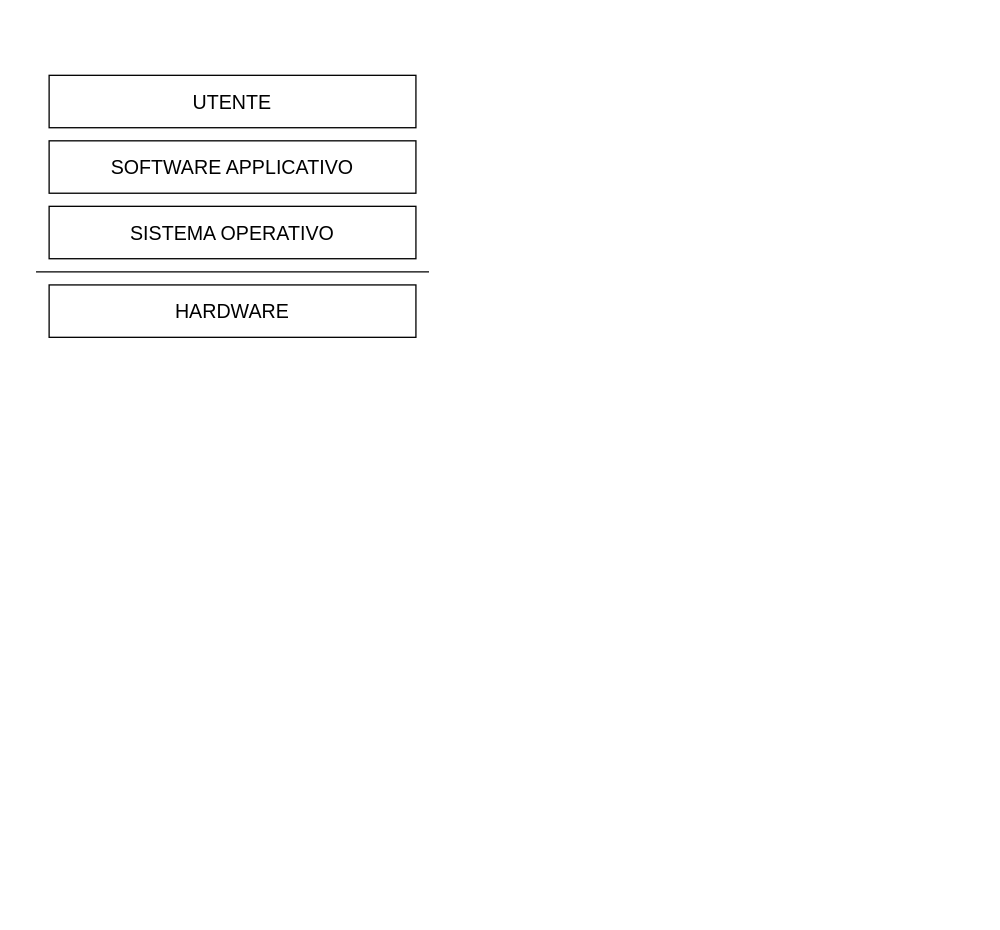
The draw.io diagram Untitled Diagram.drawio in tcaru/diagrams, before the edit. Source tidied: cells renumbered, new cells numbered last; positions are measured from the earlier drawing's top-left corner, leaving out a move shared by most shapes. Both pictures are drawn from the tidied source at 131%, with x=0, y=0 at pixel (35, 75).
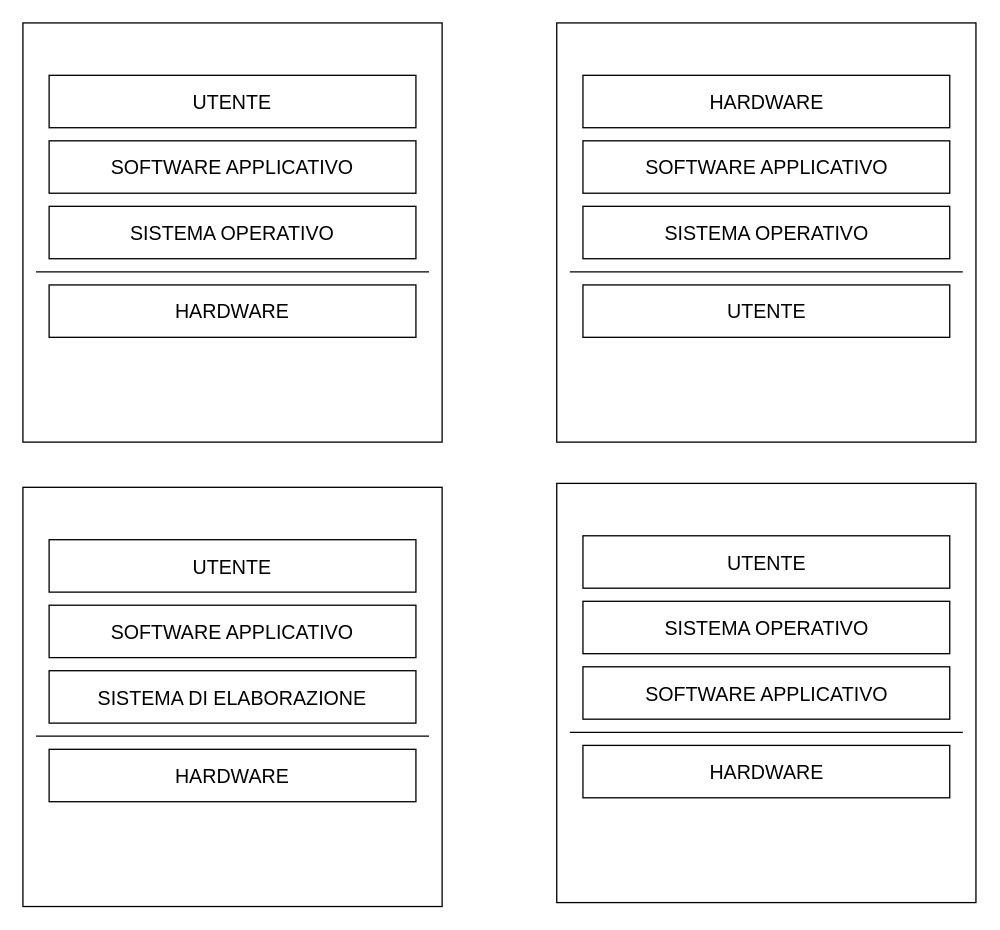
Above is the later version.

The edit, as a diff of the source:
```diff
@@
+    <mxCell id="7" style="whiteSpace=wrap;html=1;fontSize=15;" parent="1" vertex="1">
+      <mxGeometry x="-10" y="-40" width="320" height="320" as="geometry" />
+    </mxCell>
@@
+    <mxCell id="8" style="whiteSpace=wrap;html=1;fontSize=15;" parent="1" vertex="1">
+      <mxGeometry x="397.5" y="-40" width="320" height="320" as="geometry" />
+    </mxCell>
+    <mxCell id="9" value="HARDWARE" style="rounded=0;whiteSpace=wrap;html=1;fontSize=15;" parent="1" vertex="1">
+      <mxGeometry x="417.5" width="280" height="40" as="geometry" />
+    </mxCell>
+    <mxCell id="10" value="SOFTWARE APPLICATIVO" style="rounded=0;whiteSpace=wrap;html=1;fontSize=15;" parent="1" vertex="1">
+      <mxGeometry x="417.5" y="50" width="280" height="40" as="geometry" />
+    </mxCell>
+    <mxCell id="11" value="SISTEMA OPERATIVO" style="rounded=0;whiteSpace=wrap;html=1;fontSize=15;" parent="1" vertex="1">
+      <mxGeometry x="417.5" y="100" width="280" height="40" as="geometry" />
+    </mxCell>
+    <mxCell id="12" value="UTENTE" style="rounded=0;whiteSpace=wrap;html=1;fontSize=15;" parent="1" vertex="1">
+      <mxGeometry x="417.5" y="160" width="280" height="40" as="geometry" />
+    </mxCell>
+    <mxCell id="13" style="endArrow=none;html=1;rounded=0;fontSize=15;" parent="1" edge="1">
+      <mxGeometry relative="1" as="geometry">
+        <mxPoint x="407.5" y="150" as="sourcePoint" />
+        <mxPoint x="707.5" y="150" as="targetPoint" />
+      </mxGeometry>
+    </mxCell>
+    <mxCell id="14" style="whiteSpace=wrap;html=1;fontSize=15;" parent="1" vertex="1">
+      <mxGeometry x="-10" y="314.5" width="320" height="320" as="geometry" />
+    </mxCell>
+    <mxCell id="15" value="UTENTE" style="rounded=0;whiteSpace=wrap;html=1;fontSize=15;" parent="1" vertex="1">
+      <mxGeometry x="10" y="354.5" width="280" height="40" as="geometry" />
+    </mxCell>
+    <mxCell id="16" value="SOFTWARE APPLICATIVO" style="rounded=0;whiteSpace=wrap;html=1;fontSize=15;" parent="1" vertex="1">
+      <mxGeometry x="10" y="404.5" width="280" height="40" as="geometry" />
+    </mxCell>
+    <mxCell id="17" value="SISTEMA DI ELABORAZIONE" style="rounded=0;whiteSpace=wrap;html=1;fontSize=15;" parent="1" vertex="1">
+      <mxGeometry x="10" y="454.5" width="280" height="40" as="geometry" />
+    </mxCell>
+    <mxCell id="18" value="HARDWARE" style="rounded=0;whiteSpace=wrap;html=1;fontSize=15;" parent="1" vertex="1">
+      <mxGeometry x="10" y="514.5" width="280" height="40" as="geometry" />
+    </mxCell>
+    <mxCell id="19" style="endArrow=none;html=1;rounded=0;fontSize=15;" parent="1" edge="1">
+      <mxGeometry relative="1" as="geometry">
+        <mxPoint y="504.5" as="sourcePoint" />
+        <mxPoint x="300" y="504.5" as="targetPoint" />
+      </mxGeometry>
+    </mxCell>
+    <mxCell id="20" style="whiteSpace=wrap;html=1;fontSize=15;" parent="1" vertex="1">
+      <mxGeometry x="397.5" y="311.5" width="320" height="320" as="geometry" />
+    </mxCell>
+    <mxCell id="21" value="UTENTE" style="rounded=0;whiteSpace=wrap;html=1;fontSize=15;" parent="1" vertex="1">
+      <mxGeometry x="417.5" y="351.5" width="280" height="40" as="geometry" />
+    </mxCell>
+    <mxCell id="22" value="SISTEMA OPERATIVO" style="rounded=0;whiteSpace=wrap;html=1;fontSize=15;" parent="1" vertex="1">
+      <mxGeometry x="417.5" y="401.5" width="280" height="40" as="geometry" />
+    </mxCell>
+    <mxCell id="23" value="SOFTWARE APPLICATIVO" style="rounded=0;whiteSpace=wrap;html=1;fontSize=15;" parent="1" vertex="1">
+      <mxGeometry x="417.5" y="451.5" width="280" height="40" as="geometry" />
+    </mxCell>
+    <mxCell id="24" value="HARDWARE" style="rounded=0;whiteSpace=wrap;html=1;fontSize=15;" parent="1" vertex="1">
+      <mxGeometry x="417.5" y="511.5" width="280" height="40" as="geometry" />
+    </mxCell>
+    <mxCell id="25" style="endArrow=none;html=1;rounded=0;fontSize=15;" parent="1" edge="1">
+      <mxGeometry relative="1" as="geometry">
+        <mxPoint x="407.5" y="501.5" as="sourcePoint" />
+        <mxPoint x="707.5" y="501.5" as="targetPoint" />
+      </mxGeometry>
+    </mxCell>
```
